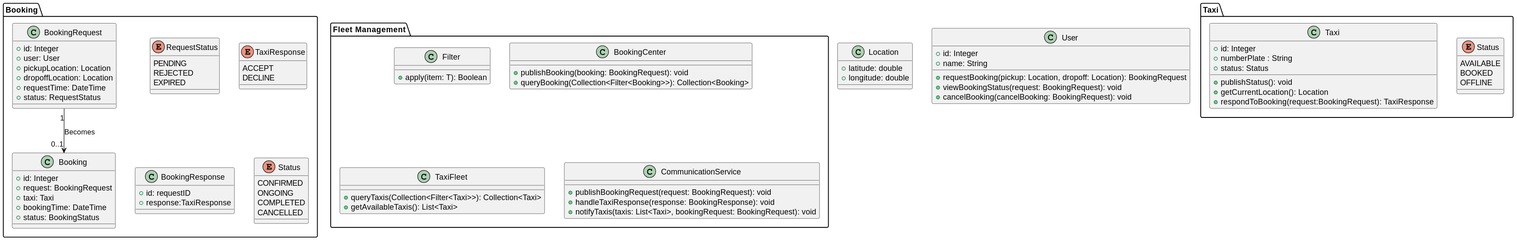
Earlier version of the PlantUML export Design/classDigram.svg (Palrajjayaraj/TaxiFleetCommunication). Source of this version:
```plantuml
@startuml
class Location {
    +latitude: double
    +longitude: double
}

class User {
    +id: Integer
    +name: String
    +requestBooking(pickup: Location, dropoff: Location): BookingRequest
    +viewBookingStatus(request: BookingRequest): void
    +cancelBooking(cancelBooking: BookingRequest): void
}

package "Booking"{

    enum RequestStatus {
        PENDING
        REJECTED
        EXPIRED
    }

    enum TaxiResponse {
        ACCEPT
        DECLINE
    }

    class BookingRequest {
        +id: Integer
        +user: User
        +pickupLocation: Location
        +dropoffLocation: Location
        +requestTime: DateTime
        +status: RequestStatus
    }

    class BookingResponse {
        +id: requestID
        +response:TaxiResponse
    }

    enum Status {
        CONFIRMED
        ONGOING
        COMPLETED
        CANCELLED
    }

    class Booking {
        +id: Integer
        +request: BookingRequest
        +taxi: Taxi
        +bookingTime: DateTime
        +status: BookingStatus
    }

    BookingRequest "1" --> "0..1" Booking : "Becomes"
}

package Taxi{
    enum Status {
        AVAILABLE
        BOOKED
        OFFLINE
    }

    class Taxi {
        +id: Integer
        +numberPlate : String
        +status: Status
        +publishStatus(): void
        +getCurrentLocation(): Location
        +respondToBooking(request:BookingRequest): TaxiResponse
    }
}

package "Fleet Management" {
    class Filter{
        +apply(item: T): Boolean
    }

    class BookingCenter {
        +publishBooking(booking: BookingRequest): void
        +queryBooking(Collection<Filter<Booking>>): Collection<Booking>
    }

    class TaxiFleet {
        +queryTaxis(Collection<Filter<Taxi>>): Collection<Taxi>
        +getAvailableTaxis(): List<Taxi>
    }

    class CommunicationService {
        +publishBookingRequest(request: BookingRequest): void
        +handleTaxiResponse(response: BookingResponse): void
        +notifyTaxis(taxis: List<Taxi>, bookingRequest: BookingRequest): void
    }
}
@enduml
```
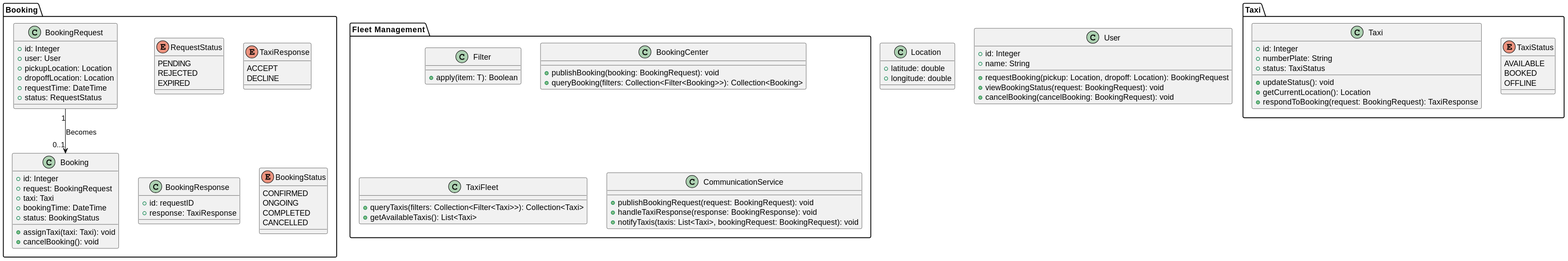
After the change.

Diff of the diagram source:
```diff
@@ -12,8 +12,7 @@
     +cancelBooking(cancelBooking: BookingRequest): void
 }
 
-package "Booking"{
-
+package "Booking" {
     enum RequestStatus {
         PENDING
         REJECTED
@@ -36,10 +35,10 @@
 
     class BookingResponse {
         +id: requestID
-        +response:TaxiResponse
+        +response: TaxiResponse
     }
 
-    enum Status {
+    enum BookingStatus {
         CONFIRMED
         ONGOING
         COMPLETED
@@ -52,13 +51,15 @@
         +taxi: Taxi
         +bookingTime: DateTime
         +status: BookingStatus
+        +assignTaxi(taxi: Taxi): void
+        +cancelBooking(): void
     }
 
     BookingRequest "1" --> "0..1" Booking : "Becomes"
 }
 
-package Taxi{
-    enum Status {
+package Taxi {
+    enum TaxiStatus {
         AVAILABLE
         BOOKED
         OFFLINE
@@ -66,26 +67,26 @@
 
     class Taxi {
         +id: Integer
-        +numberPlate : String
-        +status: Status
-        +publishStatus(): void
+        +numberPlate: String
+        +status: TaxiStatus
+        +updateStatus(): void
         +getCurrentLocation(): Location
-        +respondToBooking(request:BookingRequest): TaxiResponse
+        +respondToBooking(request: BookingRequest): TaxiResponse
     }
 }
 
 package "Fleet Management" {
-    class Filter{
+    class Filter {
         +apply(item: T): Boolean
     }
 
     class BookingCenter {
         +publishBooking(booking: BookingRequest): void
-        +queryBooking(Collection<Filter<Booking>>): Collection<Booking>
+        +queryBooking(filters: Collection<Filter<Booking>>): Collection<Booking>
     }
 
     class TaxiFleet {
-        +queryTaxis(Collection<Filter<Taxi>>): Collection<Taxi>
+        +queryTaxis(filters: Collection<Filter<Taxi>>): Collection<Taxi>
         +getAvailableTaxis(): List<Taxi>
     }
 
```
